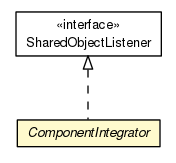
universAAL/lddi keeps this Graphviz diagram as lddi.pom/apidocs/org/universAAL/lddi/abstraction/ComponentIntegrator.png. Above is the earlier version. Its source is kept beside it as lddi.pom/apidocs/org/universAAL/lddi/abstraction/ComponentIntegrator.dot.
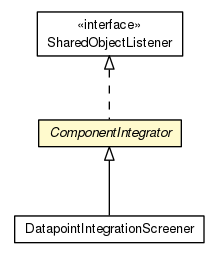
After the commit.

The edit, as a diff of the source:
```diff
@@ -4,13 +4,19 @@
 	node [fontname="Helvetica",fontsize=10,shape=plaintext];
 	nodesep=0.25;
 	ranksep=0.5;
-	c108511 [label=<<table title="org.universAAL.lddi.abstraction.ComponentIntegrator" border="0" cellborder="1" cellspacing="0" cellpadding="2" port="p" bgcolor="lemonChiffon" href="./ComponentIntegrator.html">
+	c109456 [label=<<table title="org.universAAL.lddi.abstraction.ComponentIntegrator" border="0" cellborder="1" cellspacing="0" cellpadding="2" port="p" bgcolor="lemonChiffon" href="./ComponentIntegrator.html">
 		<tr><td><table border="0" cellspacing="0" cellpadding="1">
 <tr><td align="center" balign="center"><font face="Helvetica-Oblique"> ComponentIntegrator </font></td></tr>
 		</table></td></tr>
 		</table>>, URL="./ComponentIntegrator.html", fontname="Helvetica", fontcolor="black", fontsize=10.0];
-	c108743:p -> c108511:p [dir=back,arrowtail=empty,style=dashed];
-	c108743 [label=<<table title="org.universAAL.middleware.container.SharedObjectListener" border="0" cellborder="1" cellspacing="0" cellpadding="2" port="p" href="http://java.sun.com/j2se/1.4.2/docs/api/org/universAAL/middleware/container/SharedObjectListener.html">
+	c109457 [label=<<table title="org.universAAL.lddi.abstraction.DatapointIntegrationScreener" border="0" cellborder="1" cellspacing="0" cellpadding="2" port="p" href="./DatapointIntegrationScreener.html">
+		<tr><td><table border="0" cellspacing="0" cellpadding="1">
+<tr><td align="center" balign="center"> DatapointIntegrationScreener </td></tr>
+		</table></td></tr>
+		</table>>, URL="./DatapointIntegrationScreener.html", fontname="Helvetica", fontcolor="black", fontsize=10.0];
+	c109690:p -> c109456:p [dir=back,arrowtail=empty,style=dashed];
+	c109456:p -> c109457:p [dir=back,arrowtail=empty];
+	c109690 [label=<<table title="org.universAAL.middleware.container.SharedObjectListener" border="0" cellborder="1" cellspacing="0" cellpadding="2" port="p" href="http://java.sun.com/j2se/1.4.2/docs/api/org/universAAL/middleware/container/SharedObjectListener.html">
 		<tr><td><table border="0" cellspacing="0" cellpadding="1">
 <tr><td align="center" balign="center"> &#171;interface&#187; </td></tr>
 <tr><td align="center" balign="center"> SharedObjectListener </td></tr>
```
